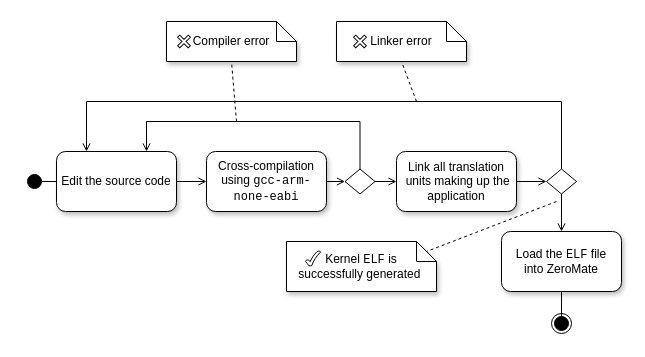
silhavyj/ZeroMate keeps this draw.io diagram as docs/diagrams/kernel/kernel_build_activity_diagram.drawio. Above is the earlier version. Source tidied: cells renumbered, new cells numbered last; positions are measured from the earlier drawing's top-left corner, leaving out a move shared by most shapes. Both pictures are drawn from the tidied source at 100%, with x=0, y=0 at pixel (26, 21).
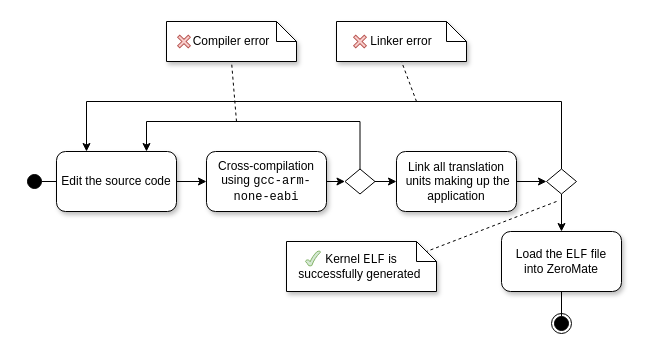
The same diagram, later.

The change refers to these unchanged cells:
```xml
<mxCell id="5" value="Edit the source code" style="rounded=1;whiteSpace=wrap;html=1;shadow=1;fontFamily=Computer Modern;" parent="1" vertex="1">
  <mxGeometry x="30" y="130" width="120" height="60" as="geometry" />
</mxCell>
<mxCell id="7" value="Cross-compilation using&amp;nbsp;&lt;font face=&quot;Courier New&quot;&gt;gcc-arm-none-eabi&lt;/font&gt;" style="rounded=1;whiteSpace=wrap;html=1;shadow=1;fontFamily=Computer Modern;" parent="1" vertex="1">
  <mxGeometry x="180" y="130" width="120" height="60" as="geometry" />
</mxCell>
<mxCell id="9" value="Link all translation&lt;br&gt;&amp;nbsp;units making up the application" style="rounded=1;whiteSpace=wrap;html=1;shadow=1;fontFamily=Computer Modern;" parent="1" vertex="1">
  <mxGeometry x="370" y="130" width="120" height="60" as="geometry" />
</mxCell>
<mxCell id="12" style="strokeWidth=1;html=1;shape=mxgraph.flowchart.decision;whiteSpace=wrap;" parent="1" vertex="1">
  <mxGeometry x="318.5" y="147.5" width="30" height="25" as="geometry" />
</mxCell>
<mxCell id="15" style="strokeWidth=1;html=1;shape=mxgraph.flowchart.decision;whiteSpace=wrap;" parent="1" vertex="1">
  <mxGeometry x="520" y="147.5" width="30" height="25" as="geometry" />
</mxCell>
<mxCell id="16" value="Load the &lt;font face=&quot;Courier New&quot;&gt;ELF&lt;/font&gt; file &lt;br&gt;into ZeroMate" style="rounded=1;whiteSpace=wrap;html=1;shadow=1;fontFamily=Computer Modern;" parent="1" vertex="1">
  <mxGeometry x="475" y="210" width="120" height="60" as="geometry" />
</mxCell>
```

Change to the diagram source:
```diff
@@
-    <mxCell id="4" style="edgeStyle=orthogonalEdgeStyle;rounded=0;jettySize=auto;html=1;exitX=1;exitY=0.5;exitDx=0;exitDy=0;entryX=0;entryY=0.5;entryDx=0;entryDy=0;endArrow=open;endFill=0;" parent="1" edge="1" source="5" target="7">
+    <mxCell id="4" style="edgeStyle=orthogonalEdgeStyle;rounded=0;jettySize=auto;html=1;exitX=1;exitY=0.5;exitDx=0;exitDy=0;entryX=0;entryY=0.5;entryDx=0;entryDy=0;" parent="1" edge="1" source="5" target="7">
       <mxGeometry relative="1" as="geometry" />
     </mxCell>
@@
-    <mxCell id="6" style="edgeStyle=orthogonalEdgeStyle;rounded=0;jettySize=auto;html=1;exitX=1;exitY=0.5;exitDx=0;exitDy=0;entryX=0;entryY=0.5;entryDx=0;entryDy=0;entryPerimeter=0;endArrow=open;endFill=0;" parent="1" edge="1" source="7" target="12">
+    <mxCell id="6" style="edgeStyle=orthogonalEdgeStyle;rounded=0;jettySize=auto;html=1;exitX=1;exitY=0.5;exitDx=0;exitDy=0;entryX=0;entryY=0.5;entryDx=0;entryDy=0;entryPerimeter=0;" parent="1" edge="1" source="7" target="12">
       <mxGeometry relative="1" as="geometry" />
     </mxCell>
@@
-    <mxCell id="8" style="edgeStyle=orthogonalEdgeStyle;rounded=0;jettySize=auto;html=1;endArrow=open;endFill=0;" parent="1" edge="1" source="9" target="15">
+    <mxCell id="8" style="edgeStyle=orthogonalEdgeStyle;rounded=0;jettySize=auto;html=1;" parent="1" edge="1" source="9" target="15">
       <mxGeometry relative="1" as="geometry" />
     </mxCell>
@@
-    <mxCell id="10" style="edgeStyle=orthogonalEdgeStyle;rounded=0;jettySize=auto;html=1;exitX=0.5;exitY=0;exitDx=0;exitDy=0;exitPerimeter=0;entryX=0.75;entryY=0;entryDx=0;entryDy=0;endArrow=open;endFill=0;" parent="1" edge="1" source="12" target="5">
+    <mxCell id="10" style="edgeStyle=orthogonalEdgeStyle;rounded=0;jettySize=auto;html=1;exitX=0.5;exitY=0;exitDx=0;exitDy=0;exitPerimeter=0;entryX=0.75;entryY=0;entryDx=0;entryDy=0;" parent="1" edge="1" source="12" target="5">
       <mxGeometry relative="1" as="geometry">
         <Array as="points">
           <mxPoint x="334" y="100" />
           <mxPoint x="120" y="100" />
         </Array>
       </mxGeometry>
     </mxCell>
-    <mxCell id="11" style="edgeStyle=orthogonalEdgeStyle;rounded=0;jettySize=auto;html=1;exitX=1;exitY=0.5;exitDx=0;exitDy=0;exitPerimeter=0;entryX=0;entryY=0.5;entryDx=0;entryDy=0;endArrow=open;endFill=0;" parent="1" edge="1" source="12" target="9">
+    <mxCell id="11" style="edgeStyle=orthogonalEdgeStyle;rounded=0;jettySize=auto;html=1;exitX=1;exitY=0.5;exitDx=0;exitDy=0;exitPerimeter=0;entryX=0;entryY=0.5;entryDx=0;entryDy=0;" parent="1" edge="1" source="12" target="9">
       <mxGeometry relative="1" as="geometry" />
     </mxCell>
@@
-    <mxCell id="13" style="edgeStyle=orthogonalEdgeStyle;rounded=0;jettySize=auto;html=1;exitX=0.5;exitY=0;exitDx=0;exitDy=0;exitPerimeter=0;entryX=0.25;entryY=0;entryDx=0;entryDy=0;endArrow=open;endFill=0;" parent="1" edge="1" source="15" target="5">
+    <mxCell id="13" style="edgeStyle=orthogonalEdgeStyle;rounded=0;jettySize=auto;html=1;exitX=0.5;exitY=0;exitDx=0;exitDy=0;exitPerimeter=0;entryX=0.25;entryY=0;entryDx=0;entryDy=0;" parent="1" edge="1" source="15" target="5">
       <mxGeometry relative="1" as="geometry">
         <Array as="points">
           <mxPoint x="535" y="80" />
           <mxPoint x="60" y="80" />
         </Array>
       </mxGeometry>
     </mxCell>
-    <mxCell id="14" style="edgeStyle=orthogonalEdgeStyle;rounded=0;jettySize=auto;html=1;entryX=0.5;entryY=0;entryDx=0;entryDy=0;endArrow=open;endFill=0;" parent="1" edge="1" source="15" target="16">
+    <mxCell id="14" style="edgeStyle=orthogonalEdgeStyle;rounded=0;jettySize=auto;html=1;entryX=0.5;entryY=0;entryDx=0;entryDy=0;" parent="1" edge="1" source="15" target="16">
       <mxGeometry relative="1" as="geometry" />
     </mxCell>
@@
-    <mxCell id="23" style="shape=cross;whiteSpace=wrap;html=1;rotation=45;direction=west;" parent="1" vertex="1">
+    <mxCell id="23" style="shape=cross;whiteSpace=wrap;html=1;rotation=45;direction=west;fillColor=#f8cecc;strokeColor=#b85450;" parent="1" vertex="1">
       <mxGeometry x="150" y="12.5" width="15" height="15" as="geometry" />
     </mxCell>
-    <mxCell id="24" style="shape=cross;whiteSpace=wrap;html=1;rotation=45;direction=west;" parent="1" vertex="1">
+    <mxCell id="24" style="shape=cross;whiteSpace=wrap;html=1;rotation=45;direction=west;fillColor=#f8cecc;strokeColor=#b85450;" parent="1" vertex="1">
       <mxGeometry x="326" y="12.5" width="15" height="15" as="geometry" />
     </mxCell>
-    <mxCell id="25" style="verticalLabelPosition=bottom;verticalAlign=top;html=1;shape=mxgraph.basic.tick;" parent="1" vertex="1">
+    <mxCell id="25" style="verticalLabelPosition=bottom;verticalAlign=top;html=1;shape=mxgraph.basic.tick;fillColor=#d5e8d4;strokeColor=#82b366;" parent="1" vertex="1">
       <mxGeometry x="279" y="229.5" width="15" height="15" as="geometry" />
     </mxCell>
```
